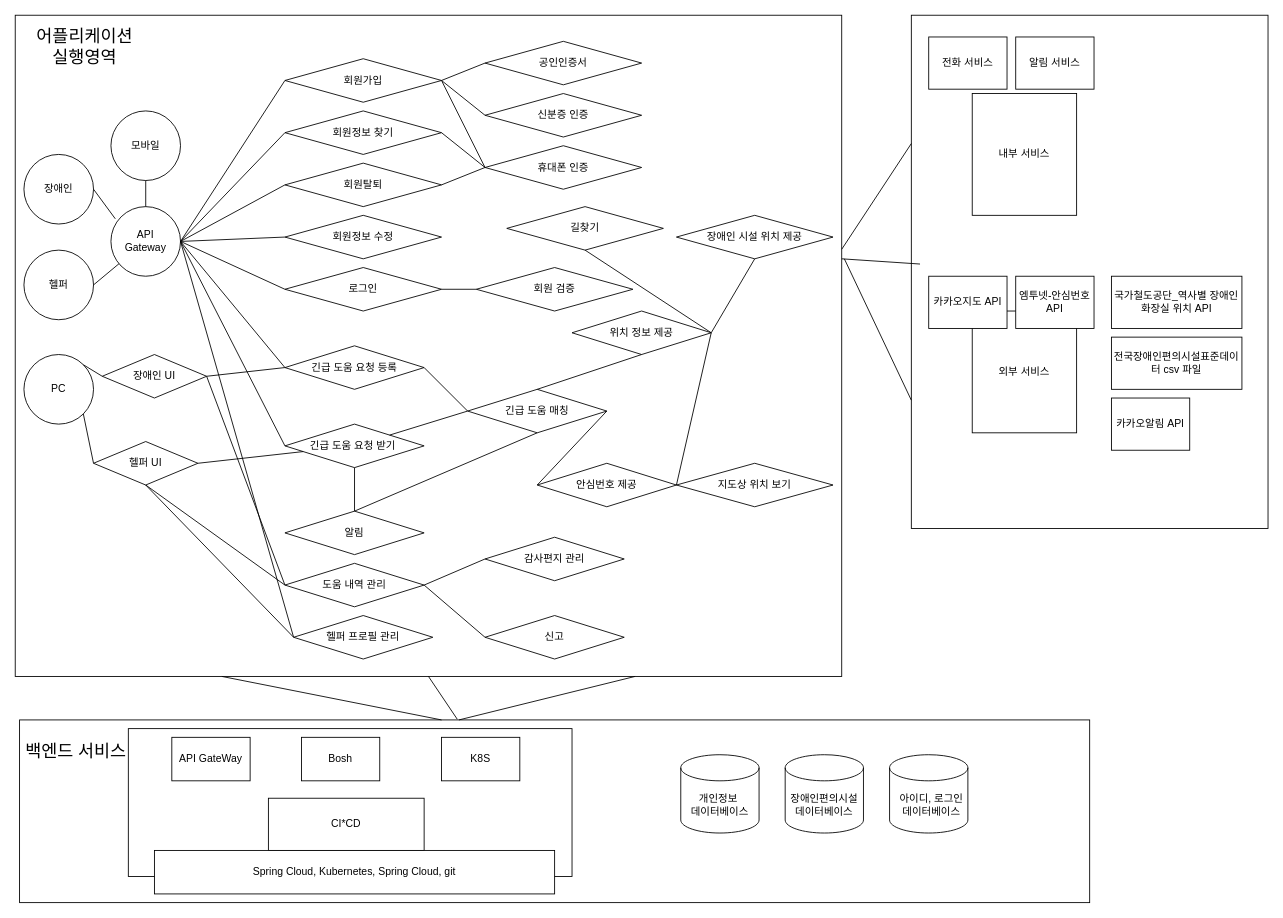
SEO-YJ/BeExpert keeps this draw.io diagram as page "페이지-9" (9 of 9) of 제목 없는 다이어그램.drawio. Above is the earlier version. Source tidied: cells renumbered, new cells numbered last; positions are measured from the earlier drawing's top-left corner, leaving out a move shared by most shapes. Both pictures are drawn from the tidied source at 87%, with x=0, y=0 at pixel (15, 15).
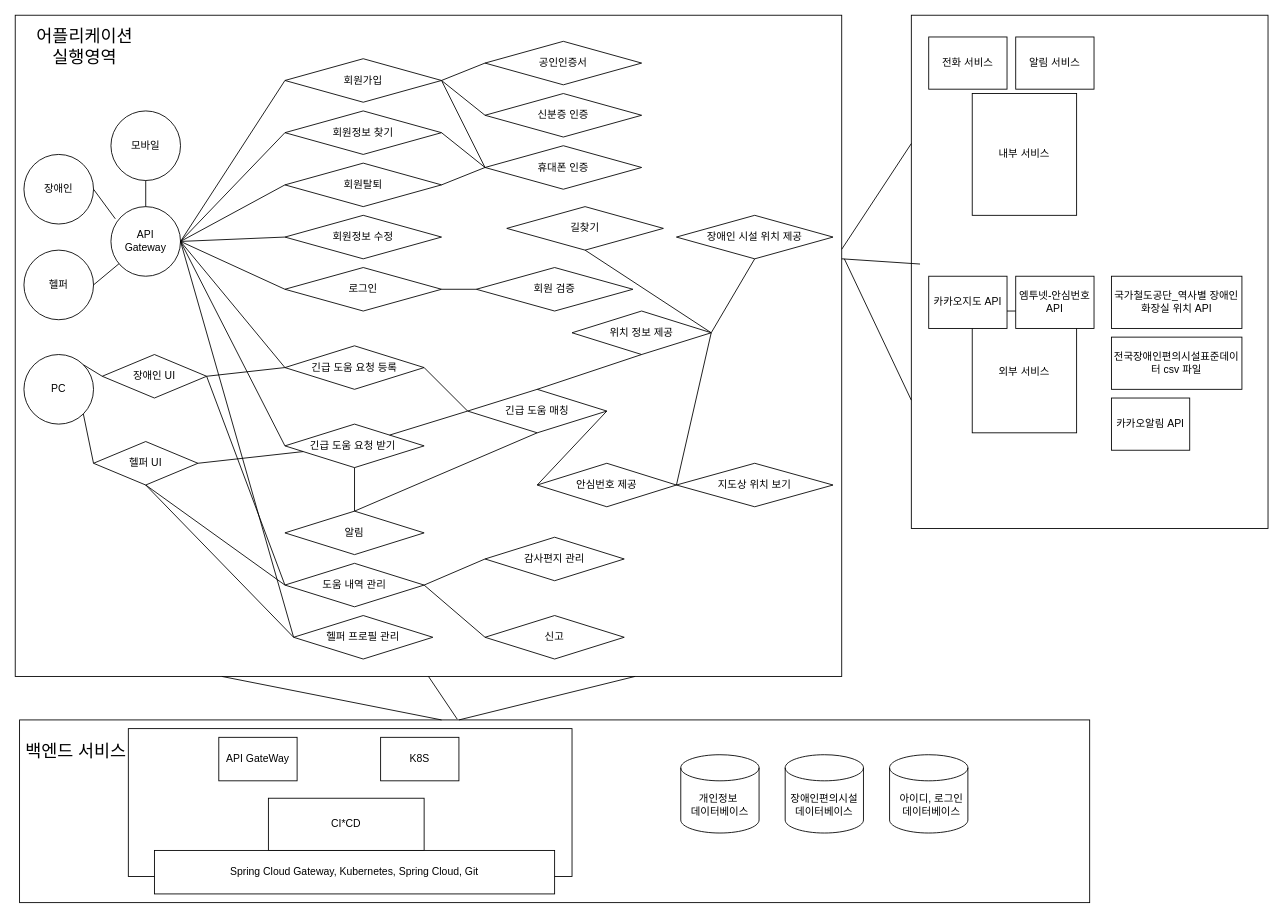
The same diagram, later.

Commit message:
제목 없는 다이어그램.drawio 업데이트

Change to the diagram source:
```diff
@@
     <mxCell id="74" value="API GateWay" style="rounded=0;whiteSpace=wrap;html=1;" parent="1" vertex="1">
-      <mxGeometry x="180" y="830" width="90" height="50" as="geometry" />
+      <mxGeometry x="234" y="830" width="90" height="50" as="geometry" />
     </mxCell>
-    <mxCell id="75" value="Bosh" style="rounded=0;whiteSpace=wrap;html=1;" parent="1" vertex="1">
-      <mxGeometry x="329" y="830" width="90" height="50" as="geometry" />
-    </mxCell>
     <mxCell id="76" value="K8S" style="rounded=0;whiteSpace=wrap;html=1;" parent="1" vertex="1">
-      <mxGeometry x="490" y="830" width="90" height="50" as="geometry" />
+      <mxGeometry x="420" y="830" width="90" height="50" as="geometry" />
     </mxCell>
-    <mxCell id="77" value="Spring Cloud, Kubernetes, Spring Cloud, git" style="rounded=0;whiteSpace=wrap;html=1;" parent="1" vertex="1">
+    <mxCell id="77" value="Spring Cloud Gateway, Kubernetes, Spring Cloud, Git" style="rounded=0;whiteSpace=wrap;html=1;" parent="1" vertex="1">
       <mxGeometry x="160" y="960" width="460" height="50" as="geometry" />
     </mxCell>
```
